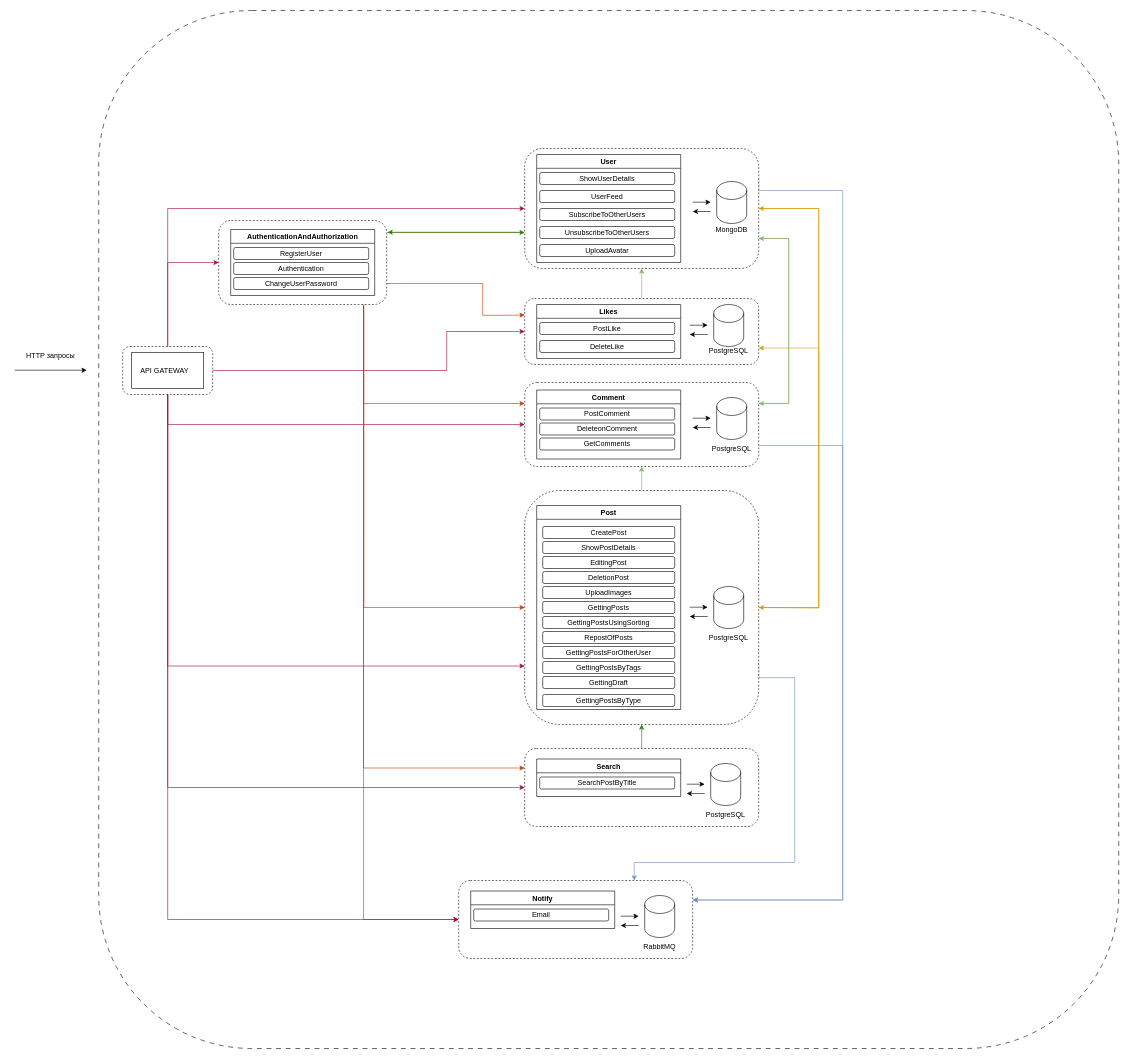
htmlacademy-nestjs/2033003-readme-4 keeps this draw.io diagram as specification — копия.drawio. Above is the earlier version. Source tidied: cells renumbered, new cells numbered last; positions are measured from the earlier drawing's top-left corner, leaving out a move shared by most shapes. Both pictures are drawn from the tidied source at 60%, with x=0, y=0 at pixel (14, 10).
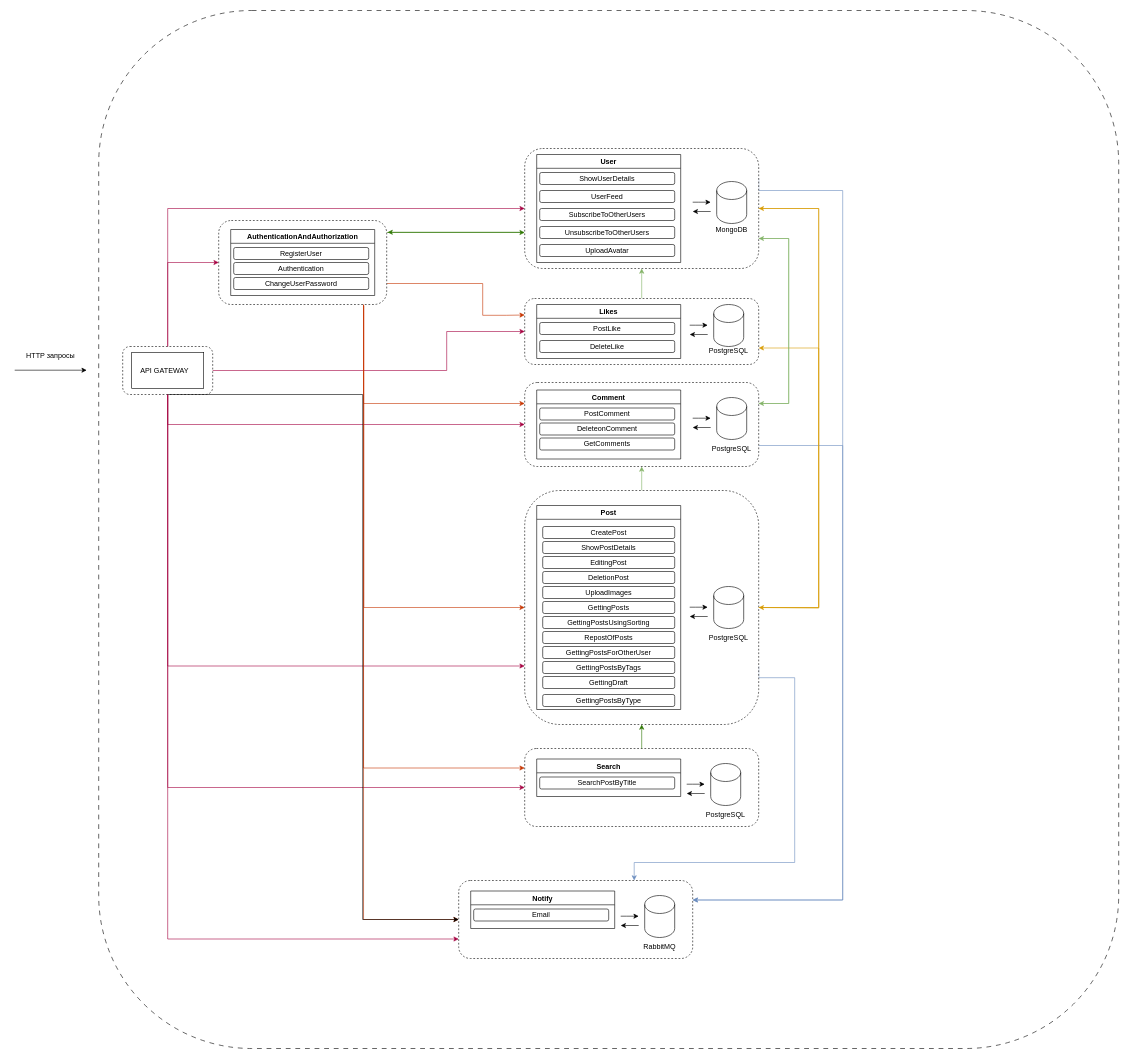
After the change.

Unchanged cells that the change refers to:
```xml
<mxCell id="20" style="rounded=1;whiteSpace=wrap;html=1;dashed=1;strokeColor=default;" parent="19" vertex="1">
  <mxGeometry width="150" height="80" as="geometry" />
</mxCell>
<mxCell id="30" style="rounded=1;whiteSpace=wrap;html=1;dashed=1;" parent="29" vertex="1">
  <mxGeometry width="390" height="130" as="geometry" />
</mxCell>
```

What changed in the source:
```diff
@@
-    <mxCell id="110" style="edgeStyle=orthogonalEdgeStyle;rounded=0;jettySize=auto;html=1;exitX=0.5;exitY=1;exitDx=0;exitDy=0;entryX=0;entryY=0.5;entryDx=0;entryDy=0;fillColor=#d80073;strokeColor=#A50040;" parent="1" edge="1" source="20" target="30">
+    <mxCell id="110" style="edgeStyle=orthogonalEdgeStyle;rounded=0;jettySize=auto;html=1;exitX=0.5;exitY=1;exitDx=0;exitDy=0;entryX=0;entryY=0.5;entryDx=0;entryDy=0;" parent="1" edge="1" source="20" target="30">
       <mxGeometry relative="1" as="geometry">
         <Array as="points">
-          <mxPoint x="255" y="1515" />
+          <mxPoint x="580" y="640" />
+          <mxPoint x="580" y="1515" />
         </Array>
       </mxGeometry>
     </mxCell>
+    <mxCell id="111" style="edgeStyle=orthogonalEdgeStyle;rounded=0;jettySize=auto;html=1;exitX=0.5;exitY=1;exitDx=0;exitDy=0;entryX=0;entryY=0.75;entryDx=0;entryDy=0;fillColor=#d80073;strokeColor=#A50040;" parent="1" edge="1" source="20" target="30">
+      <mxGeometry relative="1" as="geometry" />
+    </mxCell>
```
